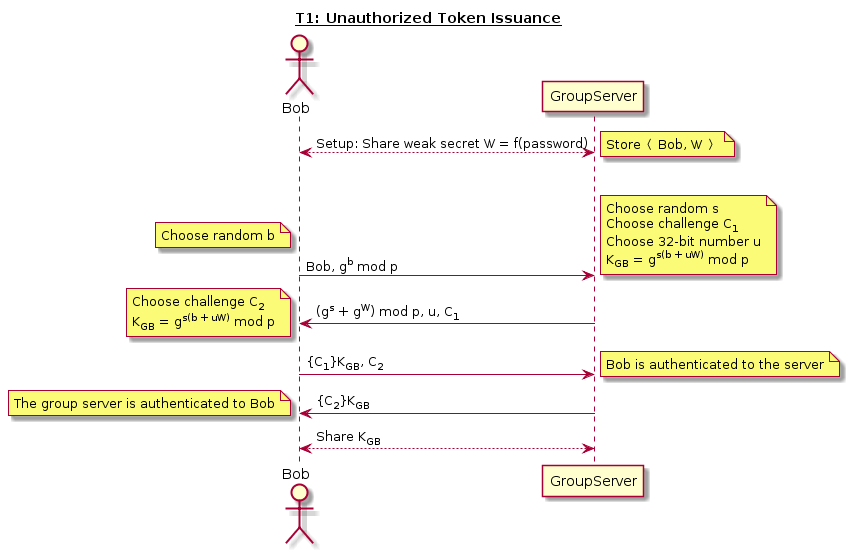
Before: reports/img/T1.png, a diagram exported from PlantUML (jondyer/cs1653-2017fa-jbd29-mar257-zds14). Its source is kept beside it as reports/img/T1.puml.
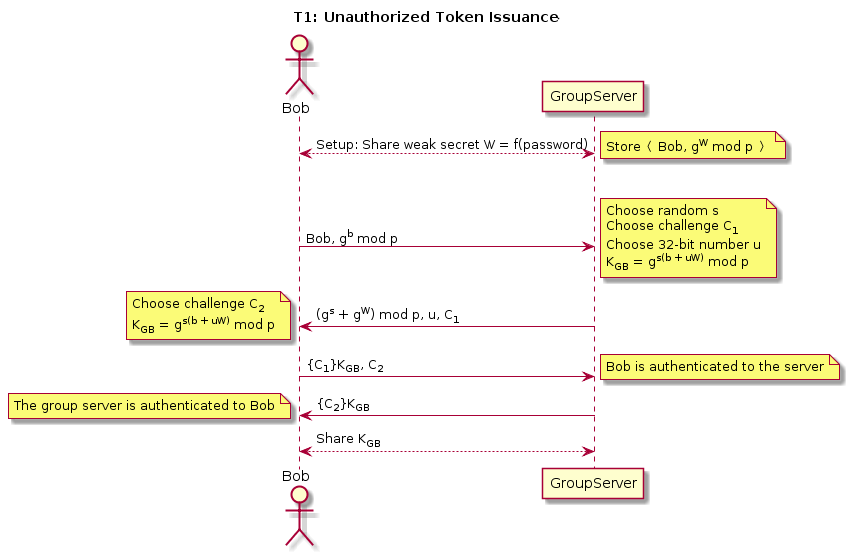
The same diagram one commit later.

What changed in the source:
```diff
@@ -3,7 +3,7 @@
 actor Bob
 
 Bob <--> GroupServer: Setup: Share weak secret W = f(password)
-note right: Store〈 Bob, W 〉
+note right: Store〈 Bob, g<sup>W</sup> mod p 〉
 |||
 Bob -> GroupServer: Bob, g<sup>b</sup> mod p
 note left: Choose random b
```
